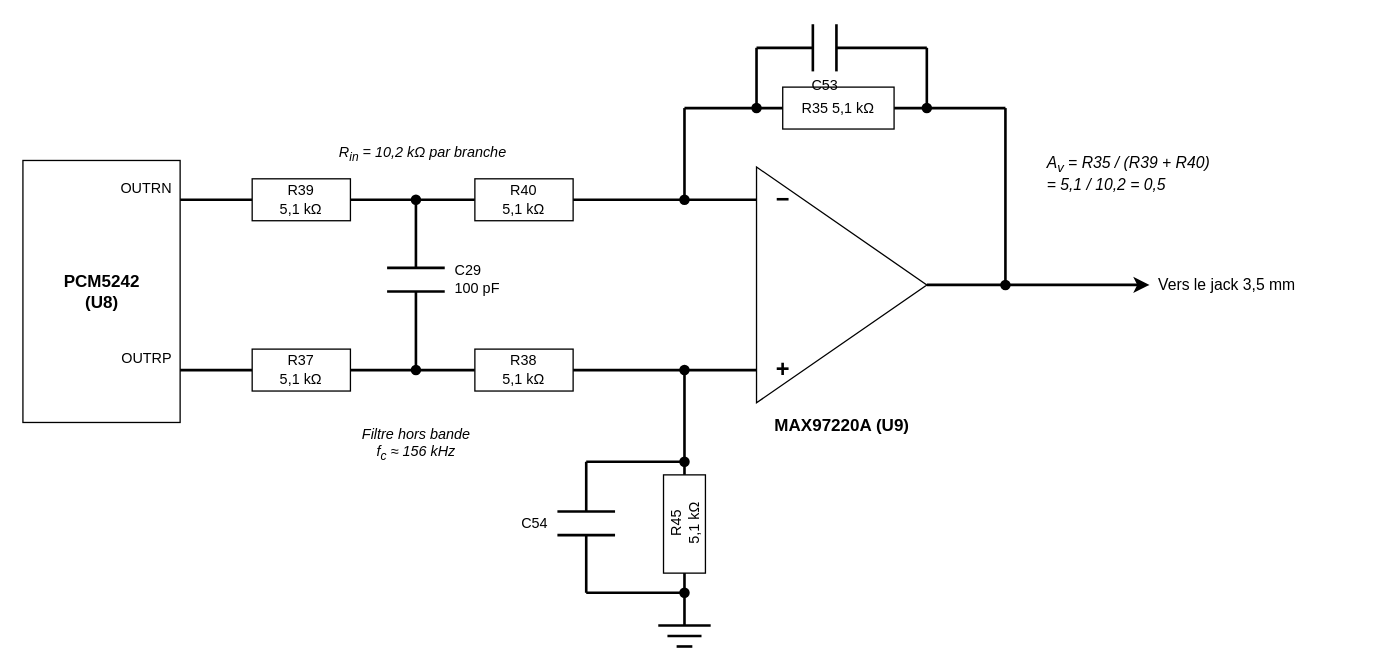
Before: assets/figures/chaine_audio.drawio in dossantosyann/TB2026-YDS-Report, a draw.io diagram. Source tidied: cells renumbered, new cells numbered last; positions are measured from the earlier drawing's top-left corner, leaving out a move shared by most shapes. Both pictures are drawn from the tidied source at 131%, with x=0, y=0 at pixel (22, 24).
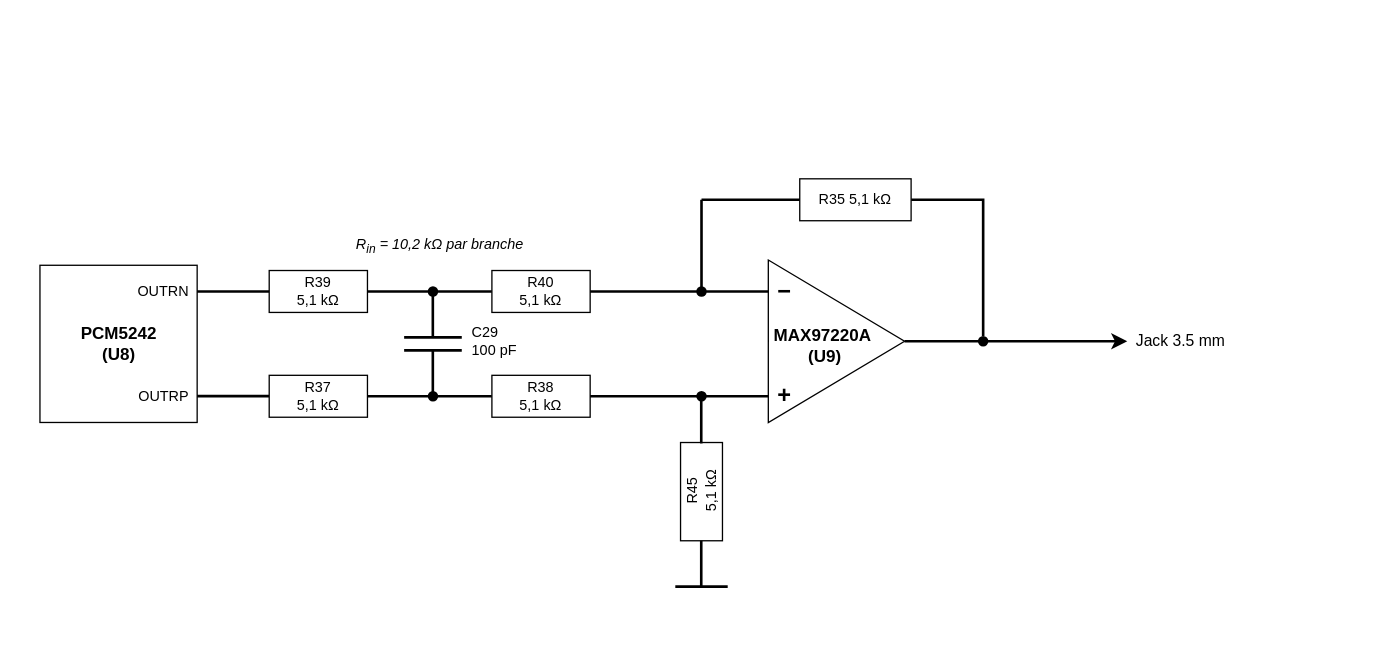
Above is the later version.

Commit message:
Mettre à jour chaine_audio.drawio

What changed in the source:
```diff
@@
     <mxCell id="2" style="rounded=0;whiteSpace=wrap;html=1;" parent="1" vertex="1">
-      <mxGeometry y="104" width="120" height="200" as="geometry" />
+      <mxGeometry x="13" y="184" width="120" height="120" as="geometry" />
     </mxCell>
     <mxCell id="3" value="PCM5242&#10;(U8)" style="text;html=1;align=center;verticalAlign=middle;fontSize=13;fontFamily=Helvetica;fontStyle=1;" parent="1" vertex="1">
-      <mxGeometry x="5" y="179" width="110" height="50" as="geometry" />
+      <mxGeometry x="18" y="219" width="110" height="50" as="geometry" />
     </mxCell>
     <mxCell id="4" value="OUTRN" style="text;html=1;align=right;verticalAlign=middle;fontSize=11;fontFamily=Helvetica;" parent="1" vertex="1">
-      <mxGeometry x="50" y="116" width="65" height="18" as="geometry" />
+      <mxGeometry x="63" y="195" width="65" height="18" as="geometry" />
     </mxCell>
     <mxCell id="5" value="OUTRP" style="text;html=1;align=right;verticalAlign=middle;fontSize=11;fontFamily=Helvetica;" parent="1" vertex="1">
-      <mxGeometry x="50" y="246" width="65" height="18" as="geometry" />
+      <mxGeometry x="63" y="275" width="65" height="18" as="geometry" />
     </mxCell>
     <mxCell id="6" style="endArrow=none;html=1;strokeWidth=2;" parent="1" edge="1">
       <mxGeometry relative="1" as="geometry">
-        <mxPoint x="120" y="134" as="sourcePoint" />
-        <mxPoint x="175" y="134" as="targetPoint" />
+        <mxPoint x="133" y="204" as="sourcePoint" />
+        <mxPoint x="188" y="204" as="targetPoint" />
       </mxGeometry>
     </mxCell>
     <mxCell id="7" value="R39&#10;5,1 kΩ" style="rounded=0;whiteSpace=wrap;html=1;fontSize=11;fontFamily=Helvetica;" parent="1" vertex="1">
-      <mxGeometry x="175" y="118" width="75" height="32" as="geometry" />
+      <mxGeometry x="188" y="188" width="75" height="32" as="geometry" />
     </mxCell>
     <mxCell id="8" style="endArrow=none;html=1;strokeWidth=2;" parent="1" edge="1">
       <mxGeometry relative="1" as="geometry">
-        <mxPoint x="250" y="134" as="sourcePoint" />
-        <mxPoint x="345" y="134" as="targetPoint" />
+        <mxPoint x="263" y="204" as="sourcePoint" />
+        <mxPoint x="358" y="204" as="targetPoint" />
       </mxGeometry>
     </mxCell>
     <mxCell id="9" value="R40&#10;5,1 kΩ" style="rounded=0;whiteSpace=wrap;html=1;fontSize=11;fontFamily=Helvetica;" parent="1" vertex="1">
-      <mxGeometry x="345" y="118" width="75" height="32" as="geometry" />
+      <mxGeometry x="358" y="188" width="75" height="32" as="geometry" />
     </mxCell>
     <mxCell id="10" style="endArrow=none;html=1;strokeWidth=2;" parent="1" edge="1">
       <mxGeometry relative="1" as="geometry">
-        <mxPoint x="420" y="134" as="sourcePoint" />
-        <mxPoint x="560" y="134" as="targetPoint" />
+        <mxPoint x="433" y="204" as="sourcePoint" />
+        <mxPoint x="573" y="204" as="targetPoint" />
       </mxGeometry>
     </mxCell>
     <mxCell id="11" style="endArrow=none;html=1;strokeWidth=2;" parent="1" edge="1">
       <mxGeometry relative="1" as="geometry">
-        <mxPoint x="120" y="264" as="sourcePoint" />
-        <mxPoint x="175" y="264" as="targetPoint" />
+        <mxPoint x="133" y="283.9" as="sourcePoint" />
+        <mxPoint x="188" y="283.9" as="targetPoint" />
       </mxGeometry>
     </mxCell>
     <mxCell id="12" value="R37&#10;5,1 kΩ" style="rounded=0;whiteSpace=wrap;html=1;fontSize=11;fontFamily=Helvetica;" parent="1" vertex="1">
-      <mxGeometry x="175" y="248" width="75" height="32" as="geometry" />
+      <mxGeometry x="188" y="268" width="75" height="32" as="geometry" />
     </mxCell>
     <mxCell id="13" style="endArrow=none;html=1;strokeWidth=2;" parent="1" edge="1">
       <mxGeometry relative="1" as="geometry">
-        <mxPoint x="250" y="264" as="sourcePoint" />
-        <mxPoint x="345" y="264" as="targetPoint" />
+        <mxPoint x="263" y="284" as="sourcePoint" />
+        <mxPoint x="358" y="284" as="targetPoint" />
       </mxGeometry>
     </mxCell>
     <mxCell id="14" value="R38&#10;5,1 kΩ" style="rounded=0;whiteSpace=wrap;html=1;fontSize=11;fontFamily=Helvetica;" parent="1" vertex="1">
-      <mxGeometry x="345" y="248" width="75" height="32" as="geometry" />
+      <mxGeometry x="358" y="268" width="75" height="32" as="geometry" />
     </mxCell>
     <mxCell id="15" style="endArrow=none;html=1;strokeWidth=2;" parent="1" edge="1">
       <mxGeometry relative="1" as="geometry">
-        <mxPoint x="420" y="264" as="sourcePoint" />
-        <mxPoint x="560" y="264" as="targetPoint" />
+        <mxPoint x="433" y="284" as="sourcePoint" />
+        <mxPoint x="573" y="284" as="targetPoint" />
       </mxGeometry>
     </mxCell>
     <mxCell id="16" style="endArrow=none;html=1;strokeWidth=2;" parent="1" edge="1">
       <mxGeometry relative="1" as="geometry">
-        <mxPoint x="300" y="134" as="sourcePoint" />
-        <mxPoint x="300" y="186" as="targetPoint" />
+        <mxPoint x="312.9" y="204" as="sourcePoint" />
+        <mxPoint x="312.9" y="239" as="targetPoint" />
       </mxGeometry>
     </mxCell>
     <mxCell id="17" style="endArrow=none;html=1;strokeWidth=2;" parent="1" edge="1">
       <mxGeometry relative="1" as="geometry">
-        <mxPoint x="278" y="186" as="sourcePoint" />
-        <mxPoint x="322" y="186" as="targetPoint" />
+        <mxPoint x="291" y="239" as="sourcePoint" />
+        <mxPoint x="335" y="239" as="targetPoint" />
       </mxGeometry>
     </mxCell>
     <mxCell id="18" style="endArrow=none;html=1;strokeWidth=2;" parent="1" edge="1">
       <mxGeometry relative="1" as="geometry">
-        <mxPoint x="278" y="204" as="sourcePoint" />
-        <mxPoint x="322" y="204" as="targetPoint" />
+        <mxPoint x="291" y="249" as="sourcePoint" />
+        <mxPoint x="335" y="249" as="targetPoint" />
       </mxGeometry>
     </mxCell>
-    <mxCell id="19" style="endArrow=none;html=1;strokeWidth=2;" parent="1" edge="1">
-      <mxGeometry relative="1" as="geometry">
-        <mxPoint x="300" y="204" as="sourcePoint" />
-        <mxPoint x="300" y="264" as="targetPoint" />
-      </mxGeometry>
-    </mxCell>
     <mxCell id="20" value="C29&#10;100 pF" style="text;html=1;align=left;verticalAlign=middle;fontSize=11;fontFamily=Helvetica;" parent="1" vertex="1">
-      <mxGeometry x="328" y="180" width="70" height="30" as="geometry" />
+      <mxGeometry x="341" y="227" width="70" height="30" as="geometry" />
     </mxCell>
     <mxCell id="21" style="ellipse;html=1;fillColor=#000000;strokeColor=none;" parent="1" vertex="1">
-      <mxGeometry x="296" y="130" width="8" height="8" as="geometry" />
+      <mxGeometry x="309" y="200" width="8" height="8" as="geometry" />
     </mxCell>
     <mxCell id="22" style="ellipse;html=1;fillColor=#000000;strokeColor=none;" parent="1" vertex="1">
-      <mxGeometry x="296" y="260" width="8" height="8" as="geometry" />
+      <mxGeometry x="309" y="280" width="8" height="8" as="geometry" />
     </mxCell>
     <mxCell id="23" style="triangle;whiteSpace=wrap;html=1;direction=east;" parent="1" vertex="1">
-      <mxGeometry x="560" y="109" width="130" height="180" as="geometry" />
+      <mxGeometry x="569" y="180" width="104" height="124" as="geometry" />
     </mxCell>
     <mxCell id="24" value="−" style="text;html=1;align=center;verticalAlign=middle;fontSize=18;fontStyle=1;" parent="1" vertex="1">
-      <mxGeometry x="568" y="122" width="24" height="24" as="geometry" />
+      <mxGeometry x="569" y="192" width="24" height="24" as="geometry" />
     </mxCell>
     <mxCell id="25" value="+" style="text;html=1;align=center;verticalAlign=middle;fontSize=18;fontStyle=1;" parent="1" vertex="1">
-      <mxGeometry x="568" y="252" width="24" height="24" as="geometry" />
+      <mxGeometry x="569" y="272" width="24" height="24" as="geometry" />
     </mxCell>
-    <mxCell id="26" value="MAX97220A (U9)" style="text;html=1;align=center;verticalAlign=middle;fontSize=13;fontFamily=Helvetica;fontStyle=1;" parent="1" vertex="1">
-      <mxGeometry x="540" y="296" width="170" height="20" as="geometry" />
+    <mxCell id="26" value="&lt;div&gt;MAX97220A&amp;nbsp;&lt;/div&gt;&lt;div&gt;(U9)&lt;/div&gt;" style="text;html=1;align=center;verticalAlign=middle;fontSize=13;fontFamily=Helvetica;fontStyle=1;" parent="1" vertex="1">
+      <mxGeometry x="527" y="235" width="170" height="20" as="geometry" />
     </mxCell>
-    <mxCell id="27" style="endArrow=none;html=1;strokeWidth=2;" parent="1" edge="1">
-      <mxGeometry relative="1" as="geometry">
-        <mxPoint x="750" y="199" as="sourcePoint" />
-        <mxPoint x="750" y="64" as="targetPoint" />
-      </mxGeometry>
-    </mxCell>
-    <mxCell id="28" style="endArrow=none;html=1;strokeWidth=2;" parent="1" edge="1">
+    <mxCell id="28" style="endArrow=none;html=1;strokeWidth=2;exitX=0.5;exitY=0;exitDx=0;exitDy=0;rounded=0;curved=0;" parent="1" edge="1" source="33">
       <mxGeometry relative="1" as="geometry">
-        <mxPoint x="750" y="64" as="sourcePoint" />
-        <mxPoint x="665" y="64" as="targetPoint" />
+        <mxPoint x="678" y="134" as="targetPoint" />
+        <Array as="points">
+          <mxPoint x="733" y="134" />
+        </Array>
       </mxGeometry>
     </mxCell>
     <mxCell id="29" value="R35  5,1 kΩ" style="rounded=0;whiteSpace=wrap;html=1;fontSize=11;fontFamily=Helvetica;" parent="1" vertex="1">
-      <mxGeometry x="580" y="48" width="85" height="32" as="geometry" />
+      <mxGeometry x="593" y="118" width="85" height="32" as="geometry" />
     </mxCell>
     <mxCell id="30" style="endArrow=none;html=1;strokeWidth=2;" parent="1" edge="1">
       <mxGeometry relative="1" as="geometry">
-        <mxPoint x="580" y="64" as="sourcePoint" />
-        <mxPoint x="505" y="64" as="targetPoint" />
+        <mxPoint x="593" y="134" as="sourcePoint" />
+        <mxPoint x="518" y="134" as="targetPoint" />
       </mxGeometry>
     </mxCell>
     <mxCell id="31" style="endArrow=none;html=1;strokeWidth=2;" parent="1" edge="1">
       <mxGeometry relative="1" as="geometry">
-        <mxPoint x="505" y="64" as="sourcePoint" />
-        <mxPoint x="505" y="134" as="targetPoint" />
+        <mxPoint x="518" y="134" as="sourcePoint" />
+        <mxPoint x="518" y="204" as="targetPoint" />
       </mxGeometry>
     </mxCell>
     <mxCell id="32" style="ellipse;html=1;fillColor=#000000;strokeColor=none;" parent="1" vertex="1">
-      <mxGeometry x="501" y="130" width="8" height="8" as="geometry" />
+      <mxGeometry x="514" y="200" width="8" height="8" as="geometry" />
     </mxCell>
     <mxCell id="33" style="ellipse;html=1;fillColor=#000000;strokeColor=none;" parent="1" vertex="1">
-      <mxGeometry x="746" y="195" width="8" height="8" as="geometry" />
+      <mxGeometry x="729" y="238" width="8" height="8" as="geometry" />
     </mxCell>
-    <mxCell id="34" style="endArrow=none;html=1;strokeWidth=2;" parent="1" edge="1">
-      <mxGeometry relative="1" as="geometry">
-        <mxPoint x="560" y="64" as="sourcePoint" />
-        <mxPoint x="560" y="18" as="targetPoint" />
-      </mxGeometry>
-    </mxCell>
-    <mxCell id="35" style="endArrow=none;html=1;strokeWidth=2;" parent="1" edge="1">
-      <mxGeometry relative="1" as="geometry">
-        <mxPoint x="560" y="18" as="sourcePoint" />
-        <mxPoint x="603" y="18" as="targetPoint" />
-      </mxGeometry>
-    </mxCell>
-    <mxCell id="36" style="endArrow=none;html=1;strokeWidth=2;" parent="1" edge="1">
-      <mxGeometry relative="1" as="geometry">
-        <mxPoint x="603" as="sourcePoint" />
-        <mxPoint x="603" y="36" as="targetPoint" />
-      </mxGeometry>
-    </mxCell>
-    <mxCell id="37" style="endArrow=none;html=1;strokeWidth=2;" parent="1" edge="1">
-      <mxGeometry relative="1" as="geometry">
-        <mxPoint x="621" as="sourcePoint" />
-        <mxPoint x="621" y="36" as="targetPoint" />
-      </mxGeometry>
-    </mxCell>
-    <mxCell id="38" style="endArrow=none;html=1;strokeWidth=2;" parent="1" edge="1">
-      <mxGeometry relative="1" as="geometry">
-        <mxPoint x="621" y="18" as="sourcePoint" />
-        <mxPoint x="690" y="18" as="targetPoint" />
-      </mxGeometry>
-    </mxCell>
-    <mxCell id="39" style="endArrow=none;html=1;strokeWidth=2;" parent="1" edge="1">
-      <mxGeometry relative="1" as="geometry">
-        <mxPoint x="690" y="18" as="sourcePoint" />
-        <mxPoint x="690" y="64" as="targetPoint" />
-      </mxGeometry>
-    </mxCell>
-    <mxCell id="40" value="C53" style="text;html=1;align=center;verticalAlign=middle;fontSize=11;fontFamily=Helvetica;" parent="1" vertex="1">
-      <mxGeometry x="582" y="38" width="60" height="18" as="geometry" />
-    </mxCell>
-    <mxCell id="41" style="ellipse;html=1;fillColor=#000000;strokeColor=none;" parent="1" vertex="1">
-      <mxGeometry x="556" y="60" width="8" height="8" as="geometry" />
-    </mxCell>
-    <mxCell id="42" style="ellipse;html=1;fillColor=#000000;strokeColor=none;" parent="1" vertex="1">
-      <mxGeometry x="686" y="60" width="8" height="8" as="geometry" />
-    </mxCell>
-    <mxCell id="43" style="endArrow=none;html=1;strokeWidth=2;" parent="1" edge="1">
-      <mxGeometry relative="1" as="geometry">
-        <mxPoint x="505" y="264" as="sourcePoint" />
-        <mxPoint x="505" y="344" as="targetPoint" />
-      </mxGeometry>
-    </mxCell>
     <mxCell id="44" style="ellipse;html=1;fillColor=#000000;strokeColor=none;" parent="1" vertex="1">
-      <mxGeometry x="501" y="260" width="8" height="8" as="geometry" />
+      <mxGeometry x="514" y="280" width="8" height="8" as="geometry" />
     </mxCell>
     <mxCell id="45" value="R45&#10;5,1 kΩ" style="rounded=0;whiteSpace=wrap;html=1;fontSize=11;fontFamily=Helvetica;horizontal=0;" parent="1" vertex="1">
-      <mxGeometry x="489" y="344" width="32" height="75" as="geometry" />
+      <mxGeometry x="502" y="319.3" width="32" height="75" as="geometry" />
     </mxCell>
-    <mxCell id="46" style="endArrow=none;html=1;strokeWidth=2;" parent="1" edge="1">
-      <mxGeometry relative="1" as="geometry">
-        <mxPoint x="505" y="419" as="sourcePoint" />
-        <mxPoint x="505" y="459" as="targetPoint" />
-      </mxGeometry>
-    </mxCell>
     <mxCell id="47" style="endArrow=none;html=1;strokeWidth=2;" parent="1" edge="1">
       <mxGeometry relative="1" as="geometry">
-        <mxPoint x="485" y="459" as="sourcePoint" />
-        <mxPoint x="525" y="459" as="targetPoint" />
+        <mxPoint x="498" y="429.3" as="sourcePoint" />
+        <mxPoint x="538" y="429.3" as="targetPoint" />
       </mxGeometry>
     </mxCell>
-    <mxCell id="48" style="endArrow=none;html=1;strokeWidth=2;" parent="1" edge="1">
-      <mxGeometry relative="1" as="geometry">
-        <mxPoint x="492" y="467" as="sourcePoint" />
-        <mxPoint x="518" y="467" as="targetPoint" />
-      </mxGeometry>
-    </mxCell>
-    <mxCell id="49" style="endArrow=none;html=1;strokeWidth=2;" parent="1" edge="1">
-      <mxGeometry relative="1" as="geometry">
-        <mxPoint x="499" y="475" as="sourcePoint" />
-        <mxPoint x="511" y="475" as="targetPoint" />
-      </mxGeometry>
-    </mxCell>
-    <mxCell id="50" style="endArrow=none;html=1;strokeWidth=2;" parent="1" edge="1">
-      <mxGeometry relative="1" as="geometry">
-        <mxPoint x="505" y="334" as="sourcePoint" />
-        <mxPoint x="430" y="334" as="targetPoint" />
-      </mxGeometry>
-    </mxCell>
-    <mxCell id="51" style="endArrow=none;html=1;strokeWidth=2;" parent="1" edge="1">
-      <mxGeometry relative="1" as="geometry">
-        <mxPoint x="430" y="334" as="sourcePoint" />
-        <mxPoint x="430" y="372" as="targetPoint" />
-      </mxGeometry>
-    </mxCell>
-    <mxCell id="52" style="endArrow=none;html=1;strokeWidth=2;" parent="1" edge="1">
-      <mxGeometry relative="1" as="geometry">
-        <mxPoint x="408" y="372" as="sourcePoint" />
-        <mxPoint x="452" y="372" as="targetPoint" />
-      </mxGeometry>
-    </mxCell>
-    <mxCell id="53" style="endArrow=none;html=1;strokeWidth=2;" parent="1" edge="1">
-      <mxGeometry relative="1" as="geometry">
-        <mxPoint x="408" y="390" as="sourcePoint" />
-        <mxPoint x="452" y="390" as="targetPoint" />
-      </mxGeometry>
-    </mxCell>
-    <mxCell id="54" style="endArrow=none;html=1;strokeWidth=2;" parent="1" edge="1">
-      <mxGeometry relative="1" as="geometry">
-        <mxPoint x="430" y="390" as="sourcePoint" />
-        <mxPoint x="430" y="434" as="targetPoint" />
-      </mxGeometry>
-    </mxCell>
-    <mxCell id="55" style="endArrow=none;html=1;strokeWidth=2;" parent="1" edge="1">
-      <mxGeometry relative="1" as="geometry">
-        <mxPoint x="430" y="434" as="sourcePoint" />
-        <mxPoint x="505" y="434" as="targetPoint" />
-      </mxGeometry>
-    </mxCell>
-    <mxCell id="56" value="C54" style="text;html=1;align=right;verticalAlign=middle;fontSize=11;fontFamily=Helvetica;" parent="1" vertex="1">
-      <mxGeometry x="352" y="372" width="50" height="18" as="geometry" />
-    </mxCell>
-    <mxCell id="57" style="ellipse;html=1;fillColor=#000000;strokeColor=none;" parent="1" vertex="1">
-      <mxGeometry x="501" y="330" width="8" height="8" as="geometry" />
-    </mxCell>
-    <mxCell id="58" style="ellipse;html=1;fillColor=#000000;strokeColor=none;" parent="1" vertex="1">
-      <mxGeometry x="501" y="430" width="8" height="8" as="geometry" />
-    </mxCell>
     <mxCell id="59" style="endArrow=classic;html=1;strokeWidth=2;" parent="1" edge="1">
       <mxGeometry relative="1" as="geometry">
-        <mxPoint x="690" y="199" as="sourcePoint" />
-        <mxPoint x="860" y="199" as="targetPoint" />
+        <mxPoint x="673" y="242" as="sourcePoint" />
+        <mxPoint x="843" y="242" as="targetPoint" />
       </mxGeometry>
     </mxCell>
-    <mxCell id="60" value="Vers le jack 3,5 mm" style="text;html=1;align=left;verticalAlign=middle;fontSize=12;fontFamily=Helvetica;" parent="1" vertex="1">
-      <mxGeometry x="865" y="189" width="160" height="20" as="geometry" />
+    <mxCell id="60" value="Jack 3.5 mm" style="text;html=1;align=left;verticalAlign=middle;fontSize=12;fontFamily=Helvetica;" parent="1" vertex="1">
+      <mxGeometry x="848" y="232" width="72" height="20" as="geometry" />
     </mxCell>
-    <mxCell id="61" value="Filtre hors bande&#10;f&lt;sub&gt;c&lt;/sub&gt; ≈ 156 kHz" style="text;html=1;align=center;verticalAlign=middle;fontSize=11;fontFamily=Helvetica;fontStyle=2;" parent="1" vertex="1">
-      <mxGeometry x="210" y="304" width="180" height="34" as="geometry" />
-    </mxCell>
     <mxCell id="62" value="R&lt;sub&gt;in&lt;/sub&gt; = 10,2 kΩ par branche" style="text;html=1;align=center;verticalAlign=middle;fontSize=11;fontFamily=Helvetica;fontStyle=2;" parent="1" vertex="1">
-      <mxGeometry x="190" y="90" width="230" height="20" as="geometry" />
+      <mxGeometry x="203" y="160" width="230" height="20" as="geometry" />
     </mxCell>
-    <mxCell id="63" value="A&lt;sub&gt;v&lt;/sub&gt; = R35 / (R39 + R40)&#10;= 5,1 / 10,2 = 0,5" style="text;html=1;align=left;verticalAlign=middle;fontSize=12;fontFamily=Helvetica;fontStyle=2;" parent="1" vertex="1">
-      <mxGeometry x="780" y="94" width="230" height="40" as="geometry" />
-    </mxCell>
+    <mxCell id="64" style="endArrow=none;html=1;strokeWidth=2;" parent="1" edge="1">
+      <mxGeometry relative="1" as="geometry">
+        <mxPoint x="312.9" y="248.5" as="sourcePoint" />
+        <mxPoint x="312.9" y="283.5" as="targetPoint" />
+      </mxGeometry>
+    </mxCell>
+    <mxCell id="65" style="endArrow=none;html=1;strokeWidth=2;" parent="1" edge="1">
+      <mxGeometry relative="1" as="geometry">
+        <mxPoint x="517.8" y="285" as="sourcePoint" />
+        <mxPoint x="517.8" y="320" as="targetPoint" />
+      </mxGeometry>
+    </mxCell>
+    <mxCell id="66" style="endArrow=none;html=1;strokeWidth=2;" parent="1" edge="1">
+      <mxGeometry relative="1" as="geometry">
+        <mxPoint x="517.8" y="394.3" as="sourcePoint" />
+        <mxPoint x="517.8" y="429.3" as="targetPoint" />
+      </mxGeometry>
+    </mxCell>
```
